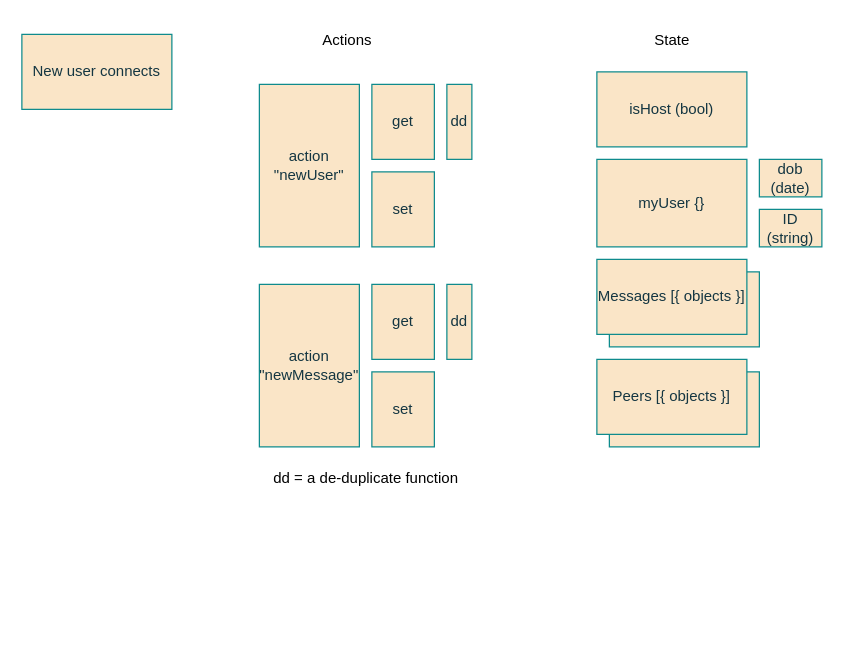
Above: dev/AstroChat.drawio in StinkyDubeau/dubeau-dot-org (draw.io), before the change. Source tidied: cells renumbered, new cells numbered last; positions are measured from the earlier drawing's top-left corner, leaving out a move shared by most shapes. Both pictures are drawn from the tidied source at 125%, with x=0, y=0 at pixel (21, 21).
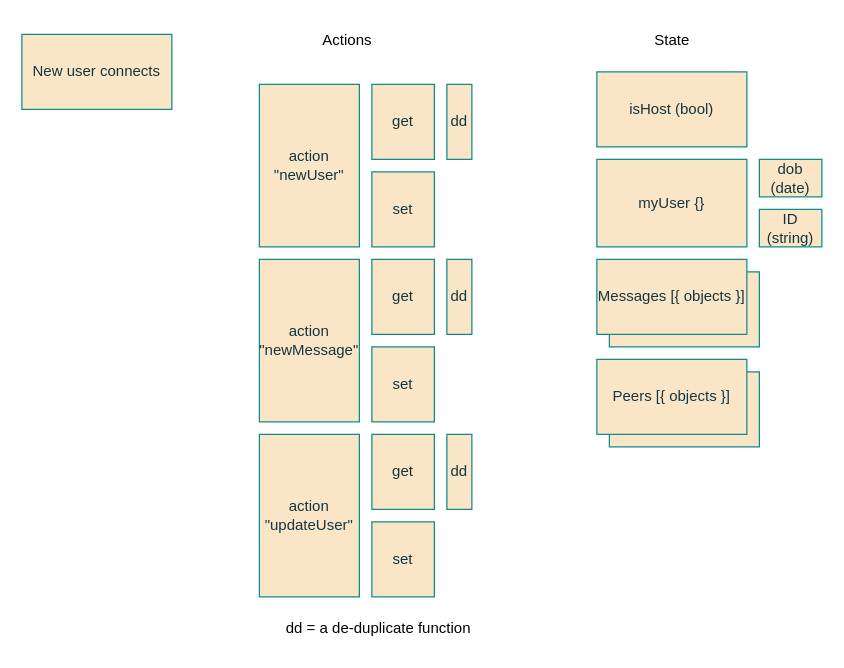
Above is the later version.

Diff of the diagram source:
```diff
@@
     <mxCell id="7" value="&lt;div&gt;action&lt;/div&gt;&lt;div&gt;&quot;newMessage&quot;&lt;/div&gt;" style="whiteSpace=wrap;html=1;labelBackgroundColor=none;fillColor=#FAE5C7;strokeColor=#0F8B8D;fontColor=#143642;" parent="1" vertex="1">
-      <mxGeometry x="190" y="210" width="80" height="130" as="geometry" />
+      <mxGeometry x="190" y="190" width="80" height="130" as="geometry" />
     </mxCell>
     <mxCell id="8" value="get" style="whiteSpace=wrap;html=1;labelBackgroundColor=none;fillColor=#FAE5C7;strokeColor=#0F8B8D;fontColor=#143642;" parent="1" vertex="1">
-      <mxGeometry x="280" y="210" width="50" height="60" as="geometry" />
+      <mxGeometry x="280" y="190" width="50" height="60" as="geometry" />
     </mxCell>
     <mxCell id="9" value="set" style="whiteSpace=wrap;html=1;labelBackgroundColor=none;fillColor=#FAE5C7;strokeColor=#0F8B8D;fontColor=#143642;" parent="1" vertex="1">
-      <mxGeometry x="280" y="280" width="50" height="60" as="geometry" />
+      <mxGeometry x="280" y="260" width="50" height="60" as="geometry" />
     </mxCell>
@@
     <mxCell id="16" value="dd" style="whiteSpace=wrap;html=1;labelBackgroundColor=none;fillColor=#FAE5C7;strokeColor=#0F8B8D;fontColor=#143642;" parent="1" vertex="1">
-      <mxGeometry x="340" y="210" width="20" height="60" as="geometry" />
+      <mxGeometry x="340" y="190" width="20" height="60" as="geometry" />
     </mxCell>
@@
     <mxCell id="19" value="&lt;div style=&quot;text-align: left;&quot;&gt;&lt;span style=&quot;background-color: initial;&quot;&gt;dd = a de-duplicate function&lt;/span&gt;&lt;/div&gt;" style="text;html=1;align=center;verticalAlign=middle;strokeColor=none;fillColor=none;" parent="1" vertex="1">
-      <mxGeometry x="190" y="350" width="170" height="30" as="geometry" />
+      <mxGeometry x="200" y="470" width="170" height="30" as="geometry" />
     </mxCell>
@@
+    <mxCell id="22" value="&lt;div&gt;action&lt;/div&gt;&lt;div&gt;&quot;updateUser&quot;&lt;/div&gt;" style="whiteSpace=wrap;html=1;labelBackgroundColor=none;fillColor=#FAE5C7;strokeColor=#0F8B8D;fontColor=#143642;" parent="1" vertex="1">
+      <mxGeometry x="190" y="330" width="80" height="130" as="geometry" />
+    </mxCell>
+    <mxCell id="23" value="get" style="whiteSpace=wrap;html=1;labelBackgroundColor=none;fillColor=#FAE5C7;strokeColor=#0F8B8D;fontColor=#143642;" parent="1" vertex="1">
+      <mxGeometry x="280" y="330" width="50" height="60" as="geometry" />
+    </mxCell>
+    <mxCell id="24" value="set" style="whiteSpace=wrap;html=1;labelBackgroundColor=none;fillColor=#FAE5C7;strokeColor=#0F8B8D;fontColor=#143642;" parent="1" vertex="1">
+      <mxGeometry x="280" y="400" width="50" height="60" as="geometry" />
+    </mxCell>
+    <mxCell id="25" value="dd" style="whiteSpace=wrap;html=1;labelBackgroundColor=none;fillColor=#FAE5C7;strokeColor=#0F8B8D;fontColor=#143642;" parent="1" vertex="1">
+      <mxGeometry x="340" y="330" width="20" height="60" as="geometry" />
+    </mxCell>
```
